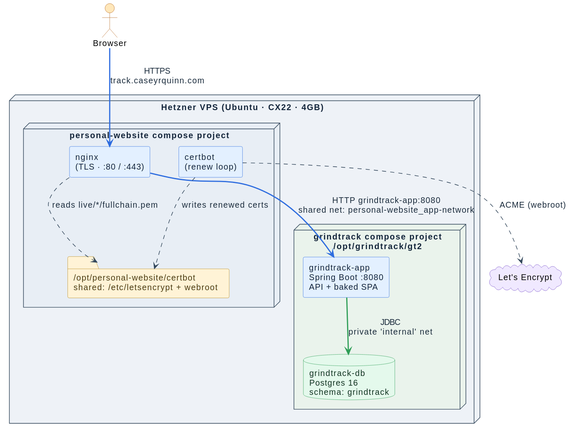
The PlantUML diagram gt2/docs/diagrams/topology.svg in caseythecoder90/grindtrack, before a commit. Its diagram source:
```plantuml
@startuml
skinparam componentStyle rectangle
skinparam backgroundColor #FFFFFF
skinparam defaultFontSize 14
skinparam defaultFontName Helvetica
skinparam shadowing false
skinparam ArrowColor #33475B
skinparam ArrowFontColor #1A2B3C
skinparam actor {
  BackgroundColor #FFE7BA
  BorderColor #B5651D
}
skinparam node {
  BorderColor #33475B
  FontColor #12243A
  FontStyle bold
}
skinparam nodeBackgroundColor #EEF2F7
skinparam component {
  BackgroundColor #E3F0FF
  BorderColor #2D6CDF
  FontColor #12243A
}
skinparam folder {
  BackgroundColor #FFF3D6
  BorderColor #B5891D
  FontColor #4A3B10
}
skinparam database {
  BackgroundColor #E4F9EC
  BorderColor #2F9E57
  FontColor #123322
}
skinparam cloud {
  BackgroundColor #F0E9FF
  BorderColor #6E44C4
}

actor Browser

node "Hetzner VPS (Ubuntu · CX22 · 4GB)" as vps {
  node "personal-website compose project" as pw #E8EEF5 {
    [nginx\n(TLS · :80 / :443)] as nginx
    [certbot\n(renew loop)] as certbot
    folder "/opt/personal-website/certbot\nshared: /etc/letsencrypt + webroot" as certs
  }
  node "grindtrack compose project\n/opt/grindtrack/gt2" as gtp #EAF3EC {
    [grindtrack-app\nSpring Boot :8080\nAPI + baked SPA] as gt
    database "grindtrack-db\nPostgres 16\nschema: grindtrack" as gtdb
  }
}

cloud "Let's Encrypt" as LE

Browser -[#2D6CDF,bold]-> nginx : HTTPS\ntrack.caseyrquinn.com
nginx -[#2D6CDF,bold]-> gt : HTTP grindtrack-app:8080\nshared net: personal-website_app-network
gt -[#2F9E57,bold]-> gtdb : JDBC\nprivate 'internal' net
certbot ..> LE : ACME (webroot)
nginx ..> certs : reads live/*/fullchain.pem
certbot ..> certs : writes renewed certs
@enduml
```
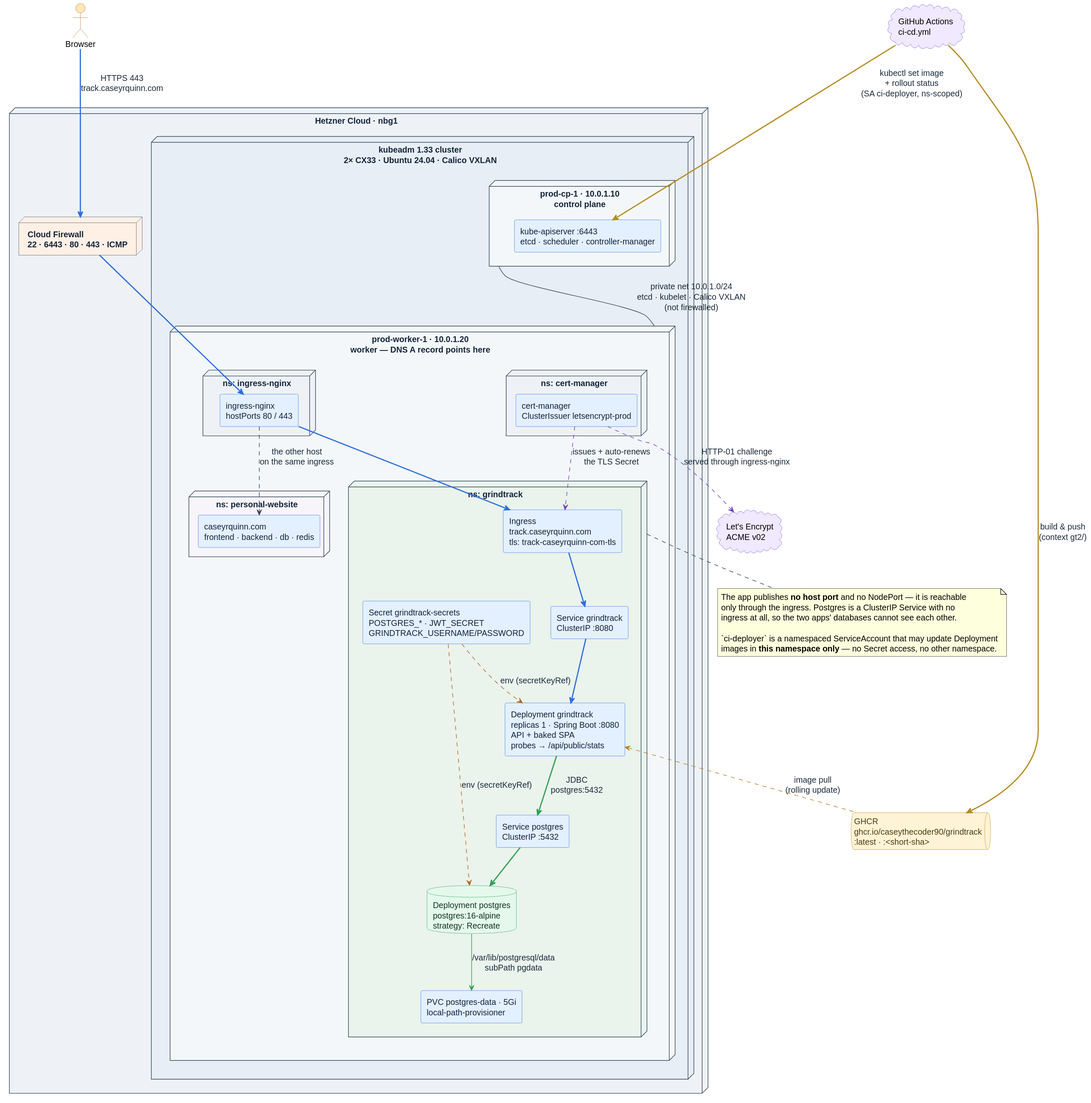
Later version of the same file.

What changed in the source:
```diff
@@ -21,11 +21,6 @@
   BorderColor #2D6CDF
   FontColor #12243A
 }
-skinparam folder {
-  BackgroundColor #FFF3D6
-  BorderColor #B5891D
-  FontColor #4A3B10
-}
 skinparam database {
   BackgroundColor #E4F9EC
   BorderColor #2F9E57
@@ -35,27 +30,81 @@
   BackgroundColor #F0E9FF
   BorderColor #6E44C4
 }
+skinparam queue {
+  BackgroundColor #FFF3D6
+  BorderColor #B5891D
+  FontColor #4A3B10
+}
 
 actor Browser
+cloud "GitHub Actions\nci-cd.yml" as GHA
+queue "GHCR\nghcr.io/caseythecoder90/grindtrack\n:latest · :<short-sha>" as GHCR
+cloud "Let's Encrypt\nACME v02" as LE
 
-node "Hetzner VPS (Ubuntu · CX22 · 4GB)" as vps {
-  node "personal-website compose project" as pw #E8EEF5 {
-    [nginx\n(TLS · :80 / :443)] as nginx
-    [certbot\n(renew loop)] as certbot
-    folder "/opt/personal-website/certbot\nshared: /etc/letsencrypt + webroot" as certs
-  }
-  node "grindtrack compose project\n/opt/grindtrack/gt2" as gtp #EAF3EC {
-    [grindtrack-app\nSpring Boot :8080\nAPI + baked SPA] as gt
-    database "grindtrack-db\nPostgres 16\nschema: grindtrack" as gtdb
+node "Hetzner Cloud · nbg1" as hetzner {
+
+  node "Cloud Firewall\n22 · 6443 · 80 · 443 · ICMP" as fw #FFF0E6
+
+  node "kubeadm 1.33 cluster\n2× CX33 · Ubuntu 24.04 · Calico VXLAN" as cluster #E8EEF5 {
+
+    node "prod-cp-1 · 10.0.1.10\ncontrol plane" as cp #F4F7FA {
+      [kube-apiserver :6443\netcd · scheduler · controller-manager] as api
+    }
+
+    node "prod-worker-1 · 10.0.1.20\nworker — DNS A record points here" as worker #F4F7FA {
+
+      node "ns: ingress-nginx" as nsing #EEF2F7 {
+        [ingress-nginx\nhostPorts 80 / 443] as ing
+      }
+
+      node "ns: cert-manager" as nscm #EEF2F7 {
+        [cert-manager\nClusterIssuer letsencrypt-prod] as cm
+      }
+
+      node "ns: grindtrack" as nsgt #EAF3EC {
+        [Ingress\ntrack.caseyrquinn.com\ntls: track-caseyrquinn-com-tls] as gting
+        [Service grindtrack\nClusterIP :8080] as gtsvc
+        [Deployment grindtrack\nreplicas 1 · Spring Boot :8080\nAPI + baked SPA\nprobes → /api/public/stats] as gtapp
+        [Service postgres\nClusterIP :5432] as pgsvc
+        database "Deployment postgres\npostgres:16-alpine\nstrategy: Recreate" as gtdb
+        [PVC postgres-data · 5Gi\nlocal-path-provisioner] as pvc
+        [Secret grindtrack-secrets\nPOSTGRES_* · JWT_SECRET\nGRINDTRACK_USERNAME/PASSWORD] as sec
+      }
+
+      node "ns: personal-website" as nspw #F7F4FA {
+        [caseyrquinn.com\nfrontend · backend · db · redis] as pw
+      }
+    }
   }
 }
 
-cloud "Let's Encrypt" as LE
+Browser -[#2D6CDF,bold]-> fw : HTTPS 443\ntrack.caseyrquinn.com
+fw -[#2D6CDF,bold]-> ing
+ing -[#2D6CDF,bold]-> gting
+gting -[#2D6CDF,bold]-> gtsvc
+gtsvc -[#2D6CDF,bold]-> gtapp
+gtapp -[#2F9E57,bold]-> pgsvc : JDBC\npostgres:5432
+pgsvc -[#2F9E57,bold]-> gtdb
+gtdb -[#2F9E57]-> pvc : /var/lib/postgresql/data\nsubPath pgdata
+sec .[#B5651D,dashed].> gtapp : env (secretKeyRef)
+sec .[#B5651D,dashed].> gtdb : env (secretKeyRef)
 
-Browser -[#2D6CDF,bold]-> nginx : HTTPS\ntrack.caseyrquinn.com
-nginx -[#2D6CDF,bold]-> gt : HTTP grindtrack-app:8080\nshared net: personal-website_app-network
-gt -[#2F9E57,bold]-> gtdb : JDBC\nprivate 'internal' net
-certbot ..> LE : ACME (webroot)
-nginx ..> certs : reads live/*/fullchain.pem
-certbot ..> certs : writes renewed certs
+cm .[#6E44C4,dashed].> LE : HTTP-01 challenge\nserved through ingress-nginx
+cm .[#6E44C4,dashed].> gting : issues + auto-renews\nthe TLS Secret
+
+GHA -[#B5891D,bold]-> GHCR : build & push\n(context gt2/)
+GHA -[#B5891D,bold]-> api : kubectl set image\n+ rollout status\n(SA ci-deployer, ns-scoped)
+gtapp <-[#B5891D,dashed]- GHCR : image pull\n(rolling update)
+cp -[#33475B]- worker : private net 10.0.1.0/24\netcd · kubelet · Calico VXLAN\n(not firewalled)
+
+ing -[#33475B,dashed]-> pw : the other host\non the same ingress
+
+note bottom of nsgt
+  The app publishes **no host port** and no NodePort — it is reachable
+  only through the ingress. Postgres is a ClusterIP Service with no
+  ingress at all, so the two apps' databases cannot see each other.
+
+  `ci-deployer` is a namespaced ServiceAccount that may update Deployment
+  images in **this namespace only** — no Secret access, no other namespace.
+end note
 @enduml
```
